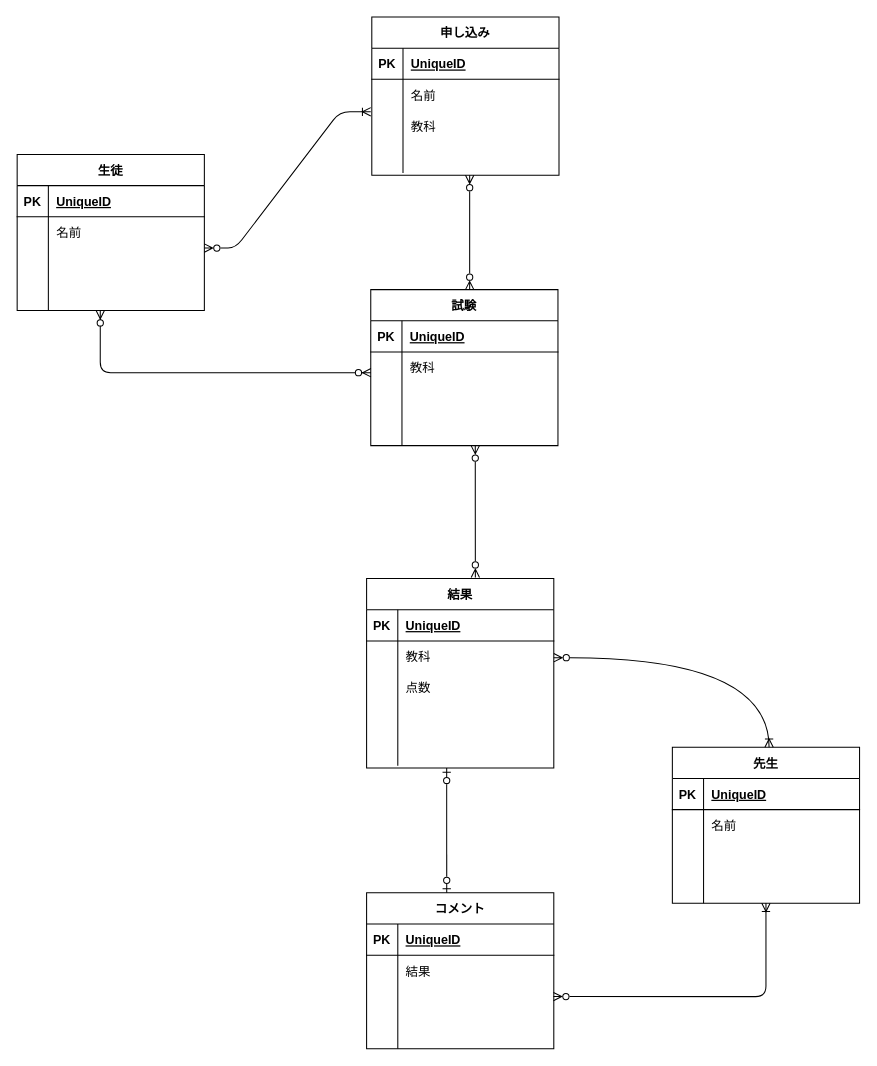
This is er.dio from walkingjunkie/20221025takada, a draw.io file, before an edit. Source tidied: cells renumbered, new cells numbered last; positions are measured from the earlier drawing's top-left corner, leaving out a move shared by most shapes. Both pictures are drawn from the tidied source at 104%, with x=0, y=0 at pixel (17, -2).
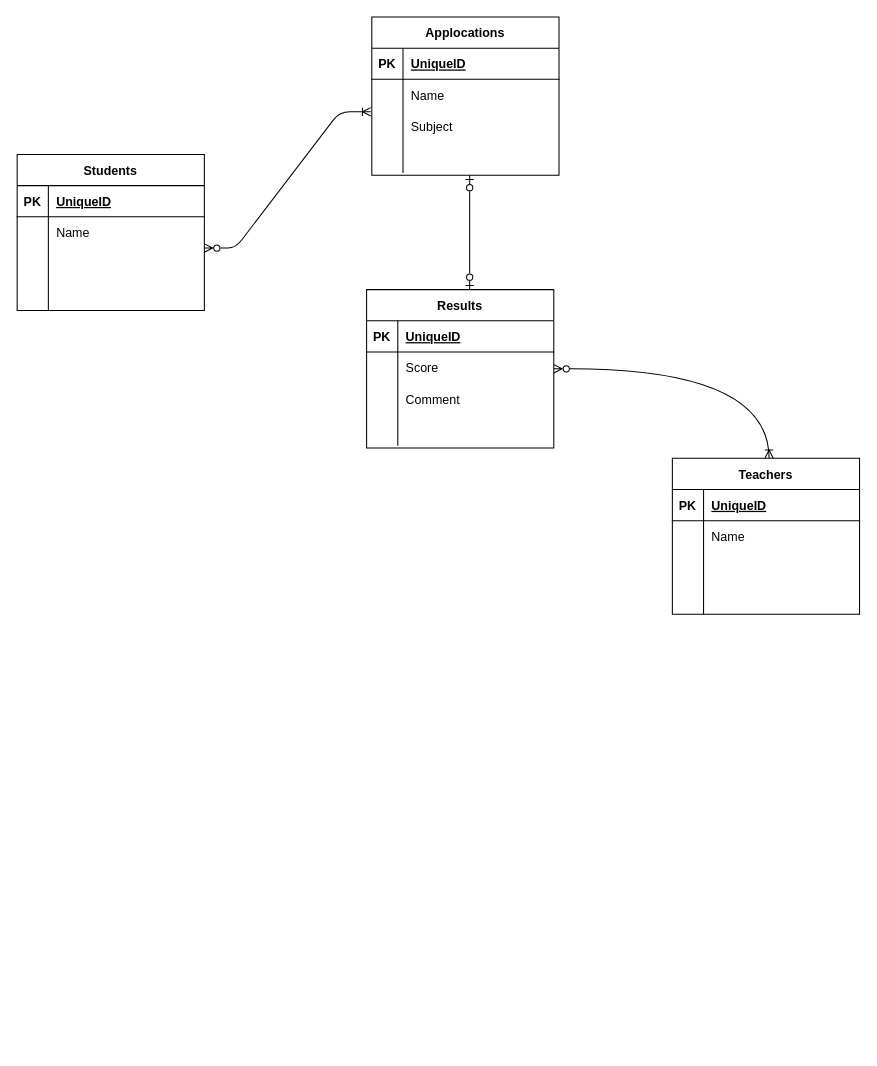
The same diagram, later.

Unchanged cells that the change refers to:
```xml
<mxCell id="7" style="shape=partialRectangle;fillColor=none;top=0;left=0;bottom=0;right=0;" parent="3" vertex="1">
  <mxGeometry y="60" width="180" height="30" as="geometry" />
</mxCell>
<mxCell id="16" style="group;" parent="1" vertex="1">
  <mxGeometry x="350" width="171" height="177.8" as="geometry" />
</mxCell>
<mxCell id="21" style="shape=partialRectangle;fillColor=none;top=0;left=0;bottom=0;right=0;" parent="17" vertex="1">
  <mxGeometry y="60" width="180" height="30" as="geometry" />
</mxCell>
<mxCell id="24" style="shape=partialRectangle;fillColor=none;top=0;left=0;bottom=0;right=0;" parent="17" vertex="1">
  <mxGeometry y="90" width="180" height="30" as="geometry" />
</mxCell>
<mxCell id="66" style="shape=partialRectangle;fillColor=none;top=0;left=0;bottom=0;right=0;" parent="62" vertex="1">
  <mxGeometry y="60" width="180" height="30" as="geometry" />
</mxCell>
<mxCell id="72" style="shape=partialRectangle;fillColor=none;top=0;left=0;bottom=0;right=0;points=[[0,0.5],[1,0.5]];portConstraint=eastwest;" parent="62" vertex="1">
  <mxGeometry y="120" width="180" height="30" as="geometry" />
</mxCell>
```

Diff of the diagram source:
```diff
@@
     <mxCell id="2" style="group;" parent="1" vertex="1">
-      <mxGeometry x="640" y="700" width="170" height="177.8" as="geometry" />
+      <mxGeometry x="640" y="422.2" width="170" height="177.8" as="geometry" />
     </mxCell>
-    <mxCell id="3" value="先生" style="shape=table;startSize=30;childLayout=tableLayout;rowLines=0;fontStyle=1;align=center;fillColor=none;" parent="2" vertex="1">
+    <mxCell id="3" value="Teachers" style="shape=table;startSize=30;childLayout=tableLayout;rowLines=0;fontStyle=1;align=center;fillColor=none;" parent="2" vertex="1">
       <mxGeometry x="-10" y="20" width="180" height="150" as="geometry" />
     </mxCell>
@@
-    <mxCell id="9" value="名前" style="shape=partialRectangle;fillColor=none;top=0;left=0;bottom=0;right=0;align=left;spacingLeft=6;overflow=hidden;" parent="7" vertex="1">
+    <mxCell id="9" value="Name" style="shape=partialRectangle;fillColor=none;top=0;left=0;bottom=0;right=0;align=left;spacingLeft=6;overflow=hidden;" parent="7" vertex="1">
       <mxGeometry x="30" width="150" height="30" as="geometry" />
     </mxCell>
@@
-    <mxCell id="17" value="申し込み" style="shape=table;startSize=30;childLayout=tableLayout;rowLines=0;fontStyle=1;align=center;fillColor=none;" parent="16" vertex="1">
+    <mxCell id="17" value="Applocations" style="shape=table;startSize=30;childLayout=tableLayout;rowLines=0;fontStyle=1;align=center;fillColor=none;" parent="16" vertex="1">
       <mxGeometry x="-9" y="17.8" width="180" height="152.2" as="geometry" />
     </mxCell>
@@
-    <mxCell id="23" value="名前   " style="shape=partialRectangle;fillColor=none;top=0;left=0;bottom=0;right=0;align=left;spacingLeft=6;overflow=hidden;" parent="21" vertex="1">
+    <mxCell id="23" value="Name" style="shape=partialRectangle;fillColor=none;top=0;left=0;bottom=0;right=0;align=left;spacingLeft=6;overflow=hidden;" parent="21" vertex="1">
       <mxGeometry x="30" width="150" height="30" as="geometry" />
     </mxCell>
@@
-    <mxCell id="26" value="教科" style="shape=partialRectangle;fillColor=none;top=0;left=0;bottom=0;right=0;align=left;spacingLeft=6;overflow=hidden;" parent="24" vertex="1">
+    <mxCell id="26" value="Subject" style="shape=partialRectangle;fillColor=none;top=0;left=0;bottom=0;right=0;align=left;spacingLeft=6;overflow=hidden;" parent="24" vertex="1">
       <mxGeometry x="30" width="150" height="30" as="geometry" />
     </mxCell>
@@
-    <mxCell id="30" style="group;" parent="1" vertex="1">
-      <mxGeometry x="350" y="280" width="170" height="185" as="geometry" />
-    </mxCell>
-    <mxCell id="31" value="試験" style="shape=table;startSize=30;childLayout=tableLayout;rowLines=0;fontStyle=1;align=center;fillColor=none;" parent="30" vertex="1">
-      <mxGeometry x="-10" width="180" height="150" as="geometry" />
-    </mxCell>
-    <mxCell id="32" style="shape=partialRectangle;fillColor=none;top=0;left=0;bottom=1;right=0;" parent="31" vertex="1">
-      <mxGeometry y="30" width="180" height="30" as="geometry" />
-    </mxCell>
-    <mxCell id="33" value="PK" style="shape=partialRectangle;fillColor=none;top=0;left=0;bottom=0;right=0;fontStyle=1;overflow=hidden;" parent="32" vertex="1">
-      <mxGeometry width="30" height="30" as="geometry" />
-    </mxCell>
-    <mxCell id="34" value="UniqueID" style="shape=partialRectangle;fillColor=none;top=0;left=0;bottom=0;right=0;align=left;spacingLeft=6;fontStyle=5;overflow=hidden;" parent="32" vertex="1">
-      <mxGeometry x="30" width="150" height="30" as="geometry" />
-    </mxCell>
-    <mxCell id="35" style="shape=partialRectangle;fillColor=none;top=0;left=0;bottom=0;right=0;points=[[0,0.5],[1,0.5]];portConstraint=eastwest;" parent="31" vertex="1">
-      <mxGeometry y="60" width="180" height="30" as="geometry" />
-    </mxCell>
-    <mxCell id="36" style="shape=partialRectangle;fillColor=none;top=0;left=0;bottom=0;right=0;overflow=hidden;" parent="35" vertex="1">
-      <mxGeometry width="30" height="30" as="geometry" />
-    </mxCell>
-    <mxCell id="37" value="教科" style="shape=partialRectangle;fillColor=none;top=0;left=0;bottom=0;right=0;align=left;spacingLeft=6;overflow=hidden;" parent="35" vertex="1">
-      <mxGeometry x="30" width="150" height="30" as="geometry" />
-    </mxCell>
-    <mxCell id="38" style="shape=partialRectangle;fillColor=none;top=0;left=0;bottom=0;right=0;" parent="31" vertex="1">
-      <mxGeometry y="90" width="180" height="30" as="geometry" />
-    </mxCell>
-    <mxCell id="39" style="shape=partialRectangle;fillColor=none;top=0;left=0;bottom=0;right=0;overflow=hidden;" parent="38" vertex="1">
-      <mxGeometry width="30" height="30" as="geometry" />
-    </mxCell>
-    <mxCell id="40" style="shape=partialRectangle;fillColor=none;top=0;left=0;bottom=0;right=0;align=left;spacingLeft=6;overflow=hidden;" parent="38" vertex="1">
-      <mxGeometry x="30" width="150" height="30" as="geometry" />
-    </mxCell>
-    <mxCell id="41" style="shape=partialRectangle;fillColor=none;top=0;left=0;bottom=0;right=0;" parent="31" vertex="1">
-      <mxGeometry y="120" width="180" height="30" as="geometry" />
-    </mxCell>
-    <mxCell id="42" style="shape=partialRectangle;fillColor=none;top=0;left=0;bottom=0;right=0;overflow=hidden;" parent="41" vertex="1">
-      <mxGeometry width="30" height="30" as="geometry" />
-    </mxCell>
-    <mxCell id="43" style="shape=partialRectangle;fillColor=none;top=0;left=0;bottom=0;right=0;align=left;spacingLeft=6;overflow=hidden;" parent="41" vertex="1">
-      <mxGeometry x="30" width="150" height="30" as="geometry" />
-    </mxCell>
-    <mxCell id="44" style="fontSize=12;html=1;endArrow=ERzeroToMany;startArrow=ERzeroToMany;elbow=vertical;exitX=0.581;exitY=-0.006;exitDx=0;exitDy=0;exitPerimeter=0;startFill=0;endFill=0;" parent="30" edge="1" source="46">
-      <mxGeometry relative="1" as="geometry">
-        <mxPoint x="90.5" y="150" as="targetPoint" />
-        <Array as="points">
-          <mxPoint x="90.5" y="200" />
-        </Array>
-      </mxGeometry>
-    </mxCell>
     <mxCell id="45" style="group;" parent="1" vertex="1">
-      <mxGeometry x="346" y="560" width="170" height="177.8" as="geometry" />
+      <mxGeometry x="346" y="282.2" width="170" height="177.8" as="geometry" />
     </mxCell>
-    <mxCell id="46" value="結果" style="shape=table;startSize=30;childLayout=tableLayout;rowLines=0;fontStyle=1;align=center;fillColor=none;" parent="45" vertex="1">
-      <mxGeometry x="-10" y="-2.2" width="180" height="182.2" as="geometry" />
+    <mxCell id="46" value="Results" style="shape=table;startSize=30;childLayout=tableLayout;rowLines=0;fontStyle=1;align=center;fillColor=none;" parent="45" vertex="1">
+      <mxGeometry x="-10" y="-2.2" width="180" height="152.2" as="geometry" />
     </mxCell>
@@
-    <mxCell id="50" style="shape=partialRectangle;fillColor=none;top=0;left=0;bottom=0;right=0;" parent="46" vertex="1">
-      <mxGeometry y="60" width="180" height="30" as="geometry" />
-    </mxCell>
-    <mxCell id="51" style="shape=partialRectangle;fillColor=none;top=0;left=0;bottom=0;right=0;overflow=hidden;" parent="50" vertex="1">
-      <mxGeometry width="30" height="30" as="geometry" />
-    </mxCell>
-    <mxCell id="52" value="教科" style="shape=partialRectangle;fillColor=none;top=0;left=0;bottom=0;right=0;align=left;spacingLeft=6;overflow=hidden;" parent="50" vertex="1">
-      <mxGeometry x="30" width="150" height="30" as="geometry" />
-    </mxCell>
     <mxCell id="53" style="shape=partialRectangle;fillColor=none;top=0;left=0;bottom=0;right=0;" parent="46" vertex="1">
-      <mxGeometry y="90" width="180" height="30" as="geometry" />
+      <mxGeometry y="60" width="180" height="30" as="geometry" />
     </mxCell>
@@
-    <mxCell id="55" value="点数" style="shape=partialRectangle;fillColor=none;top=0;left=0;bottom=0;right=0;align=left;spacingLeft=6;overflow=hidden;" parent="53" vertex="1">
+    <mxCell id="55" value="Score" style="shape=partialRectangle;fillColor=none;top=0;left=0;bottom=0;right=0;align=left;spacingLeft=6;overflow=hidden;" parent="53" vertex="1">
       <mxGeometry x="30" width="150" height="30" as="geometry" />
     </mxCell>
     <mxCell id="56" style="shape=partialRectangle;fillColor=none;top=0;left=0;bottom=0;right=0;" parent="46" vertex="1">
-      <mxGeometry y="120" width="180" height="30" as="geometry" />
+      <mxGeometry y="90" width="180" height="30" as="geometry" />
     </mxCell>
@@
-    <mxCell id="58" style="shape=partialRectangle;fillColor=none;top=0;left=0;bottom=0;right=0;align=left;spacingLeft=6;overflow=hidden;" parent="56" vertex="1">
+    <mxCell id="58" value="Comment" style="shape=partialRectangle;fillColor=none;top=0;left=0;bottom=0;right=0;align=left;spacingLeft=6;overflow=hidden;" parent="56" vertex="1">
       <mxGeometry x="30" width="150" height="30" as="geometry" />
     </mxCell>
     <mxCell id="59" style="shape=partialRectangle;fillColor=none;top=0;left=0;bottom=0;right=0;" parent="46" vertex="1">
-      <mxGeometry y="150" width="180" height="30" as="geometry" />
+      <mxGeometry y="120" width="180" height="30" as="geometry" />
     </mxCell>
@@
-    <mxCell id="62" value="生徒" style="shape=table;startSize=30;childLayout=tableLayout;rowLines=0;fontStyle=1;align=center;fillColor=none;" parent="1" vertex="1">
+    <mxCell id="62" value="Students" style="shape=table;startSize=30;childLayout=tableLayout;rowLines=0;fontStyle=1;align=center;fillColor=none;" parent="1" vertex="1">
       <mxGeometry y="150" width="180" height="150" as="geometry" />
     </mxCell>
@@
-    <mxCell id="68" value="名前" style="shape=partialRectangle;fillColor=none;top=0;left=0;bottom=0;right=0;align=left;spacingLeft=6;overflow=hidden;" parent="66" vertex="1">
+    <mxCell id="68" value="Name" style="shape=partialRectangle;fillColor=none;top=0;left=0;bottom=0;right=0;align=left;spacingLeft=6;overflow=hidden;" parent="66" vertex="1">
       <mxGeometry x="30" width="150" height="30" as="geometry" />
     </mxCell>
@@
-    <mxCell id="75" value="コメント" style="shape=table;startSize=30;childLayout=tableLayout;rowLines=0;fontStyle=1;align=center;fillColor=none;" parent="1" vertex="1">
-      <mxGeometry x="336" y="860" width="180" height="150" as="geometry" />
-    </mxCell>
-    <mxCell id="76" style="shape=partialRectangle;fillColor=none;top=0;left=0;bottom=1;right=0;" parent="75" vertex="1">
-      <mxGeometry y="30" width="180" height="30" as="geometry" />
-    </mxCell>
-    <mxCell id="77" value="PK" style="shape=partialRectangle;fillColor=none;top=0;left=0;bottom=0;right=0;fontStyle=1;overflow=hidden;" parent="76" vertex="1">
-      <mxGeometry width="30" height="30" as="geometry" />
-    </mxCell>
-    <mxCell id="78" value="UniqueID" style="shape=partialRectangle;fillColor=none;top=0;left=0;bottom=0;right=0;align=left;spacingLeft=6;fontStyle=5;overflow=hidden;" parent="76" vertex="1">
-      <mxGeometry x="30" width="150" height="30" as="geometry" />
-    </mxCell>
-    <mxCell id="79" style="shape=partialRectangle;fillColor=none;top=0;left=0;bottom=0;right=0;" parent="75" vertex="1">
-      <mxGeometry y="60" width="180" height="30" as="geometry" />
-    </mxCell>
-    <mxCell id="80" style="shape=partialRectangle;fillColor=none;top=0;left=0;bottom=0;right=0;overflow=hidden;" parent="79" vertex="1">
-      <mxGeometry width="30" height="30" as="geometry" />
-    </mxCell>
-    <mxCell id="81" value="結果" style="shape=partialRectangle;fillColor=none;top=0;left=0;bottom=0;right=0;align=left;spacingLeft=6;overflow=hidden;" parent="79" vertex="1">
-      <mxGeometry x="30" width="150" height="30" as="geometry" />
-    </mxCell>
-    <mxCell id="82" style="shape=partialRectangle;fillColor=none;top=0;left=0;bottom=0;right=0;points=[[0,0.5],[1,0.5]];portConstraint=eastwest;" parent="75" vertex="1">
-      <mxGeometry y="90" width="180" height="30" as="geometry" />
-    </mxCell>
-    <mxCell id="83" style="shape=partialRectangle;fillColor=none;top=0;left=0;bottom=0;right=0;overflow=hidden;" parent="82" vertex="1">
-      <mxGeometry width="30" height="30" as="geometry" />
-    </mxCell>
-    <mxCell id="84" style="shape=partialRectangle;fillColor=none;top=0;left=0;bottom=0;right=0;align=left;spacingLeft=6;overflow=hidden;" parent="82" vertex="1">
-      <mxGeometry x="30" width="150" height="30" as="geometry" />
-    </mxCell>
-    <mxCell id="85" style="shape=partialRectangle;fillColor=none;top=0;left=0;bottom=0;right=0;" parent="75" vertex="1">
-      <mxGeometry y="120" width="180" height="30" as="geometry" />
-    </mxCell>
-    <mxCell id="86" style="shape=partialRectangle;fillColor=none;top=0;left=0;bottom=0;right=0;overflow=hidden;" parent="85" vertex="1">
-      <mxGeometry width="30" height="30" as="geometry" />
-    </mxCell>
-    <mxCell id="87" style="shape=partialRectangle;fillColor=none;top=0;left=0;bottom=0;right=0;align=left;spacingLeft=6;overflow=hidden;" parent="85" vertex="1">
-      <mxGeometry x="30" width="150" height="30" as="geometry" />
-    </mxCell>
     <mxCell id="88" style="edgeStyle=orthogonalEdgeStyle;fontSize=12;html=1;endArrow=ERoneToMany;startArrow=ERzeroToMany;elbow=vertical;curved=1;startFill=0;" parent="1" edge="1">
       <mxGeometry relative="1" as="geometry">
-        <mxPoint x="516" y="633.9" as="sourcePoint" />
-        <mxPoint x="723" y="720" as="targetPoint" />
+        <mxPoint x="516" y="356.1" as="sourcePoint" />
+        <mxPoint x="723" y="442.2" as="targetPoint" />
         <Array as="points">
-          <mxPoint x="723" y="634" />
+          <mxPoint x="723" y="356.2" />
         </Array>
       </mxGeometry>
     </mxCell>
-    <mxCell id="89" style="fontSize=12;html=1;endArrow=ERzeroToOne;startArrow=ERzeroToOne;elbow=vertical;exitX=0.428;exitY=0;exitDx=0;exitDy=0;exitPerimeter=0;startFill=0;endFill=0;" parent="1" edge="1" source="75">
-      <mxGeometry relative="1" as="geometry">
-        <mxPoint x="413" y="740" as="targetPoint" />
-      </mxGeometry>
-    </mxCell>
-    <mxCell id="90" style="edgeStyle=orthogonalEdgeStyle;fontSize=12;html=1;endArrow=ERoneToMany;startArrow=ERzeroToMany;elbow=vertical;exitX=0.998;exitY=0.325;exitDx=0;exitDy=0;exitPerimeter=0;startFill=0;" parent="1" edge="1" source="82">
-      <mxGeometry relative="1" as="geometry">
-        <mxPoint x="720" y="870" as="targetPoint" />
-        <Array as="points">
-          <mxPoint x="720" y="960" />
-        </Array>
-      </mxGeometry>
-    </mxCell>
@@
-    <mxCell id="92" style="fontSize=12;html=1;endArrow=ERzeroToMany;startArrow=ERzeroToMany;elbow=vertical;startFill=0;endFill=0;" parent="1" edge="1">
+    <mxCell id="92" style="fontSize=12;html=1;endArrow=ERzeroToOne;startArrow=ERzeroToOne;elbow=vertical;startFill=0;endFill=0;" parent="1" edge="1">
       <mxGeometry relative="1" as="geometry">
         <mxPoint x="435.1" y="280" as="sourcePoint" />
         <mxPoint x="435.1" y="170" as="targetPoint" />
       </mxGeometry>
     </mxCell>
-    <mxCell id="93" style="edgeStyle=orthogonalEdgeStyle;fontSize=12;html=1;endArrow=ERzeroToMany;endFill=1;startArrow=ERzeroToMany;elbow=vertical;exitX=0.001;exitY=0.662;exitDx=0;exitDy=0;exitPerimeter=0;entryX=0.444;entryY=1;entryDx=0;entryDy=0;entryPerimeter=0;" parent="1" edge="1" source="35" target="72">
-      <mxGeometry relative="1" as="geometry" />
-    </mxCell>
```
